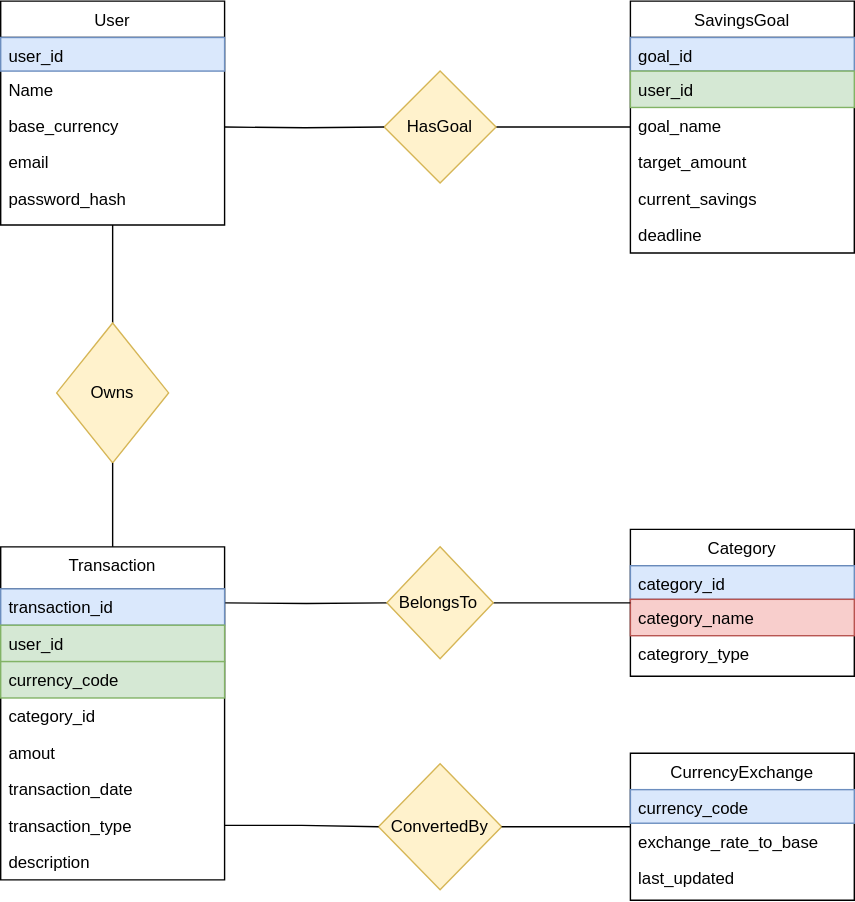
The draw.io diagram doc/assets/FinTrack.drawio.svg in cs411-alawini/sp25-cs411-team090-ZeroBug, before a commit. Source tidied: cells renumbered, new cells last; positions are measured from the earlier drawing's top-left corner, leaving out a move shared by most shapes. Its diagram source:
```xml
<mxGraphModel>
  <root>
    <mxCell id="0" />
    <mxCell id="1" parent="0" />
    <mxCell id="2" style="edgeStyle=orthogonalEdgeStyle;rounded=0;jettySize=auto;html=1;endArrow=none;startFill=0;" parent="1" edge="1" source="3" target="9">
      <mxGeometry relative="1" as="geometry" />
    </mxCell>
    <mxCell id="3" value="User" style="swimlane;fontStyle=0;align=center;verticalAlign=top;horizontal=1;startSize=26;rounded=0;shadow=0;strokeWidth=1;" parent="1" vertex="1">
      <mxGeometry width="160" height="160" as="geometry" />
    </mxCell>
    <mxCell id="4" value="user_id" style="text;align=left;verticalAlign=top;spacingLeft=4;spacingRight=4;overflow=hidden;fillColor=#dae8fc;strokeColor=#6c8ebf;" parent="3" vertex="1">
      <mxGeometry y="26" width="160" height="24" as="geometry" />
    </mxCell>
    <mxCell id="5" value="Name" style="text;align=left;verticalAlign=top;spacingLeft=4;spacingRight=4;overflow=hidden;" parent="3" vertex="1">
      <mxGeometry y="50" width="160" height="26" as="geometry" />
    </mxCell>
    <mxCell id="6" value="base_currency" style="text;align=left;verticalAlign=top;spacingLeft=4;spacingRight=4;overflow=hidden;" parent="3" vertex="1">
      <mxGeometry y="76" width="160" height="26" as="geometry" />
    </mxCell>
    <mxCell id="7" value="email" style="text;align=left;verticalAlign=top;spacingLeft=4;spacingRight=4;overflow=hidden;" parent="3" vertex="1">
      <mxGeometry y="102" width="160" height="26" as="geometry" />
    </mxCell>
    <mxCell id="8" value="password_hash" style="text;align=left;verticalAlign=top;spacingLeft=4;spacingRight=4;overflow=hidden;" parent="3" vertex="1">
      <mxGeometry y="128" width="160" height="26" as="geometry" />
    </mxCell>
    <mxCell id="9" style="rhombus;whiteSpace=wrap;html=1;verticalAlign=top;fontStyle=0;startSize=26;rounded=0;shadow=0;strokeWidth=1;fillColor=#fff2cc;strokeColor=#d6b656;" parent="1" vertex="1">
      <mxGeometry x="40" y="230" width="80" height="100" as="geometry" />
    </mxCell>
    <mxCell id="10" value="Owns" style="text;strokeColor=none;align=center;fillColor=none;html=1;verticalAlign=middle;whiteSpace=wrap;rounded=0;" parent="1" vertex="1">
      <mxGeometry x="50" y="265" width="60" height="30" as="geometry" />
    </mxCell>
    <mxCell id="11" style="edgeStyle=orthogonalEdgeStyle;rounded=0;jettySize=auto;html=1;endArrow=none;startFill=0;" parent="1" edge="1" target="38">
      <mxGeometry relative="1" as="geometry">
        <mxPoint x="160" y="430" as="sourcePoint" />
      </mxGeometry>
    </mxCell>
    <mxCell id="12" value="Transaction" style="swimlane;fontStyle=0;align=center;verticalAlign=top;horizontal=1;startSize=30;rounded=0;shadow=0;strokeWidth=1;" parent="1" vertex="1">
      <mxGeometry y="390" width="160" height="238" as="geometry" />
    </mxCell>
    <mxCell id="13" value="transaction_id" style="text;align=left;verticalAlign=top;spacingLeft=4;spacingRight=4;overflow=hidden;fillColor=#dae8fc;strokeColor=#6c8ebf;" parent="12" vertex="1">
      <mxGeometry y="30" width="160" height="26" as="geometry" />
    </mxCell>
    <mxCell id="14" value="user_id" style="text;align=left;verticalAlign=top;spacingLeft=4;spacingRight=4;overflow=hidden;fillColor=#d5e8d4;strokeColor=#82b366;" parent="12" vertex="1">
      <mxGeometry y="56" width="160" height="26" as="geometry" />
    </mxCell>
    <mxCell id="15" value="currency_code" style="text;align=left;verticalAlign=top;spacingLeft=4;spacingRight=4;overflow=hidden;fillColor=#d5e8d4;strokeColor=#82b366;" parent="12" vertex="1">
      <mxGeometry y="82" width="160" height="26" as="geometry" />
    </mxCell>
    <mxCell id="16" value="category_id" style="text;align=left;verticalAlign=top;spacingLeft=4;spacingRight=4;overflow=hidden;" parent="12" vertex="1">
      <mxGeometry y="108" width="160" height="26" as="geometry" />
    </mxCell>
    <mxCell id="17" value="amout" style="text;align=left;verticalAlign=top;spacingLeft=4;spacingRight=4;overflow=hidden;" parent="12" vertex="1">
      <mxGeometry y="134" width="160" height="26" as="geometry" />
    </mxCell>
    <mxCell id="18" value="transaction_date" style="text;align=left;verticalAlign=top;spacingLeft=4;spacingRight=4;overflow=hidden;" parent="12" vertex="1">
      <mxGeometry y="160" width="160" height="26" as="geometry" />
    </mxCell>
    <mxCell id="19" value="transaction_type" style="text;align=left;verticalAlign=top;spacingLeft=4;spacingRight=4;overflow=hidden;points=[[0,0.5],[1,0.5]];portConstraint=eastwest;" parent="12" vertex="1">
      <mxGeometry y="186" width="160" height="26" as="geometry" />
    </mxCell>
    <mxCell id="20" value="description" style="text;align=left;verticalAlign=top;spacingLeft=4;spacingRight=4;overflow=hidden;" parent="12" vertex="1">
      <mxGeometry y="212" width="160" height="26" as="geometry" />
    </mxCell>
    <mxCell id="21" style="edgeStyle=orthogonalEdgeStyle;rounded=0;jettySize=auto;html=1;entryX=0.5;entryY=0;entryDx=0;entryDy=0;endArrow=none;startFill=0;" parent="1" edge="1" source="9" target="12">
      <mxGeometry relative="1" as="geometry" />
    </mxCell>
    <mxCell id="22" style="edgeStyle=orthogonalEdgeStyle;rounded=0;jettySize=auto;html=1;entryX=0;entryY=0.538;entryDx=0;entryDy=0;endArrow=none;startFill=0;entryPerimeter=0;" parent="1" edge="1" source="23" target="28">
      <mxGeometry relative="1" as="geometry" />
    </mxCell>
    <mxCell id="23" style="rhombus;whiteSpace=wrap;html=1;verticalAlign=top;fontStyle=0;startSize=26;rounded=0;shadow=0;strokeWidth=1;fillColor=#fff2cc;strokeColor=#d6b656;" parent="1" vertex="1">
      <mxGeometry x="274" y="50" width="80" height="80" as="geometry" />
    </mxCell>
    <mxCell id="24" value="HasGoal" style="text;strokeColor=none;align=center;fillColor=none;html=1;verticalAlign=middle;whiteSpace=wrap;rounded=0;" parent="1" vertex="1">
      <mxGeometry x="284" y="74.5" width="60" height="31" as="geometry" />
    </mxCell>
    <mxCell id="25" value="SavingsGoal" style="swimlane;fontStyle=0;align=center;verticalAlign=top;horizontal=1;startSize=26;rounded=0;shadow=0;strokeWidth=1;" parent="1" vertex="1">
      <mxGeometry x="450" width="160" height="180" as="geometry" />
    </mxCell>
    <mxCell id="26" value="goal_id" style="text;align=left;verticalAlign=top;spacingLeft=4;spacingRight=4;overflow=hidden;fillColor=#dae8fc;strokeColor=#6c8ebf;" parent="25" vertex="1">
      <mxGeometry y="26" width="160" height="24" as="geometry" />
    </mxCell>
    <mxCell id="27" value="user_id" style="text;align=left;verticalAlign=top;spacingLeft=4;spacingRight=4;overflow=hidden;fillColor=#d5e8d4;strokeColor=#82b366;" parent="25" vertex="1">
      <mxGeometry y="50" width="160" height="26" as="geometry" />
    </mxCell>
    <mxCell id="28" value="goal_name" style="text;align=left;verticalAlign=top;spacingLeft=4;spacingRight=4;overflow=hidden;points=[[0,0.5],[1,0.5]];portConstraint=eastwest;" parent="25" vertex="1">
      <mxGeometry y="76" width="160" height="26" as="geometry" />
    </mxCell>
    <mxCell id="29" value="target_amount" style="text;align=left;verticalAlign=top;spacingLeft=4;spacingRight=4;overflow=hidden;" parent="25" vertex="1">
      <mxGeometry y="102" width="160" height="26" as="geometry" />
    </mxCell>
    <mxCell id="30" value="current_savings" style="text;align=left;verticalAlign=top;spacingLeft=4;spacingRight=4;overflow=hidden;" parent="25" vertex="1">
      <mxGeometry y="128" width="160" height="26" as="geometry" />
    </mxCell>
    <mxCell id="31" value="deadline" style="text;align=left;verticalAlign=top;spacingLeft=4;spacingRight=4;overflow=hidden;" parent="25" vertex="1">
      <mxGeometry y="154" width="160" height="26" as="geometry" />
    </mxCell>
    <mxCell id="32" style="edgeStyle=orthogonalEdgeStyle;rounded=0;jettySize=auto;html=1;entryX=0;entryY=0.5;entryDx=0;entryDy=0;endArrow=none;startFill=0;" parent="1" edge="1" target="23">
      <mxGeometry relative="1" as="geometry">
        <mxPoint x="160" y="90" as="sourcePoint" />
      </mxGeometry>
    </mxCell>
    <mxCell id="33" value="Category" style="swimlane;fontStyle=0;align=center;verticalAlign=top;horizontal=1;startSize=26;rounded=0;shadow=0;strokeWidth=1;" parent="1" vertex="1">
      <mxGeometry x="450" y="377.5" width="160" height="105" as="geometry" />
    </mxCell>
    <mxCell id="34" value="category_id" style="text;align=left;verticalAlign=top;spacingLeft=4;spacingRight=4;overflow=hidden;fillColor=#dae8fc;strokeColor=#6c8ebf;" parent="33" vertex="1">
      <mxGeometry y="26" width="160" height="24" as="geometry" />
    </mxCell>
    <mxCell id="35" value="category_name" style="text;align=left;verticalAlign=top;spacingLeft=4;spacingRight=4;overflow=hidden;fillColor=#f8cecc;strokeColor=#b85450;" parent="33" vertex="1">
      <mxGeometry y="50" width="160" height="26" as="geometry" />
    </mxCell>
    <mxCell id="36" value="categrory_type" style="text;align=left;verticalAlign=top;spacingLeft=4;spacingRight=4;overflow=hidden;" parent="33" vertex="1">
      <mxGeometry y="76" width="160" height="26" as="geometry" />
    </mxCell>
    <mxCell id="37" style="edgeStyle=orthogonalEdgeStyle;rounded=0;jettySize=auto;html=1;endArrow=none;startFill=0;" parent="1" edge="1" source="38">
      <mxGeometry relative="1" as="geometry">
        <mxPoint x="450" y="430" as="targetPoint" />
      </mxGeometry>
    </mxCell>
    <mxCell id="38" style="rhombus;whiteSpace=wrap;html=1;verticalAlign=top;fontStyle=0;startSize=30;rounded=0;shadow=0;strokeWidth=1;fillColor=#fff2cc;strokeColor=#d6b656;" parent="1" vertex="1">
      <mxGeometry x="276" y="390" width="76" height="80" as="geometry" />
    </mxCell>
    <mxCell id="39" value="BelongsTo" style="text;strokeColor=none;align=center;fillColor=none;html=1;verticalAlign=middle;whiteSpace=wrap;rounded=0;" parent="1" vertex="1">
      <mxGeometry x="283" y="415" width="60" height="30" as="geometry" />
    </mxCell>
    <mxCell id="40" style="rhombus;whiteSpace=wrap;html=1;verticalAlign=top;fontStyle=0;startSize=30;rounded=0;shadow=0;strokeWidth=1;fillColor=#fff2cc;strokeColor=#d6b656;" parent="1" vertex="1">
      <mxGeometry x="270" y="545" width="88" height="90" as="geometry" />
    </mxCell>
    <mxCell id="41" value="ConvertedBy" style="text;strokeColor=none;align=center;fillColor=none;html=1;verticalAlign=middle;whiteSpace=wrap;rounded=0;" parent="1" vertex="1">
      <mxGeometry x="284" y="575" width="60" height="30" as="geometry" />
    </mxCell>
    <mxCell id="42" value="CurrencyExchange" style="swimlane;fontStyle=0;align=center;verticalAlign=top;horizontal=1;startSize=26;rounded=0;shadow=0;strokeWidth=1;" parent="1" vertex="1">
      <mxGeometry x="450" y="537.5" width="160" height="105" as="geometry" />
    </mxCell>
    <mxCell id="43" value="currency_code" style="text;align=left;verticalAlign=top;spacingLeft=4;spacingRight=4;overflow=hidden;fillColor=#dae8fc;strokeColor=#6c8ebf;" parent="42" vertex="1">
      <mxGeometry y="26" width="160" height="24" as="geometry" />
    </mxCell>
    <mxCell id="44" value="exchange_rate_to_base" style="text;align=left;verticalAlign=top;spacingLeft=4;spacingRight=4;overflow=hidden;points=[[0,0.5],[1,0.5]];portConstraint=eastwest;" parent="42" vertex="1">
      <mxGeometry y="50" width="160" height="26" as="geometry" />
    </mxCell>
    <mxCell id="45" value="last_updated" style="text;align=left;verticalAlign=top;spacingLeft=4;spacingRight=4;overflow=hidden;" parent="42" vertex="1">
      <mxGeometry y="76" width="160" height="26" as="geometry" />
    </mxCell>
    <mxCell id="46" style="edgeStyle=orthogonalEdgeStyle;rounded=0;jettySize=auto;html=1;exitX=1;exitY=0.5;exitDx=0;exitDy=0;endArrow=none;startFill=0;" parent="1" edge="1" source="19" target="40">
      <mxGeometry relative="1" as="geometry" />
    </mxCell>
    <mxCell id="47" style="edgeStyle=orthogonalEdgeStyle;rounded=0;jettySize=auto;html=1;endArrow=none;startFill=0;" parent="1" edge="1" source="40">
      <mxGeometry relative="1" as="geometry">
        <mxPoint x="450" y="590" as="targetPoint" />
      </mxGeometry>
    </mxCell>
  </root>
</mxGraphModel>
```
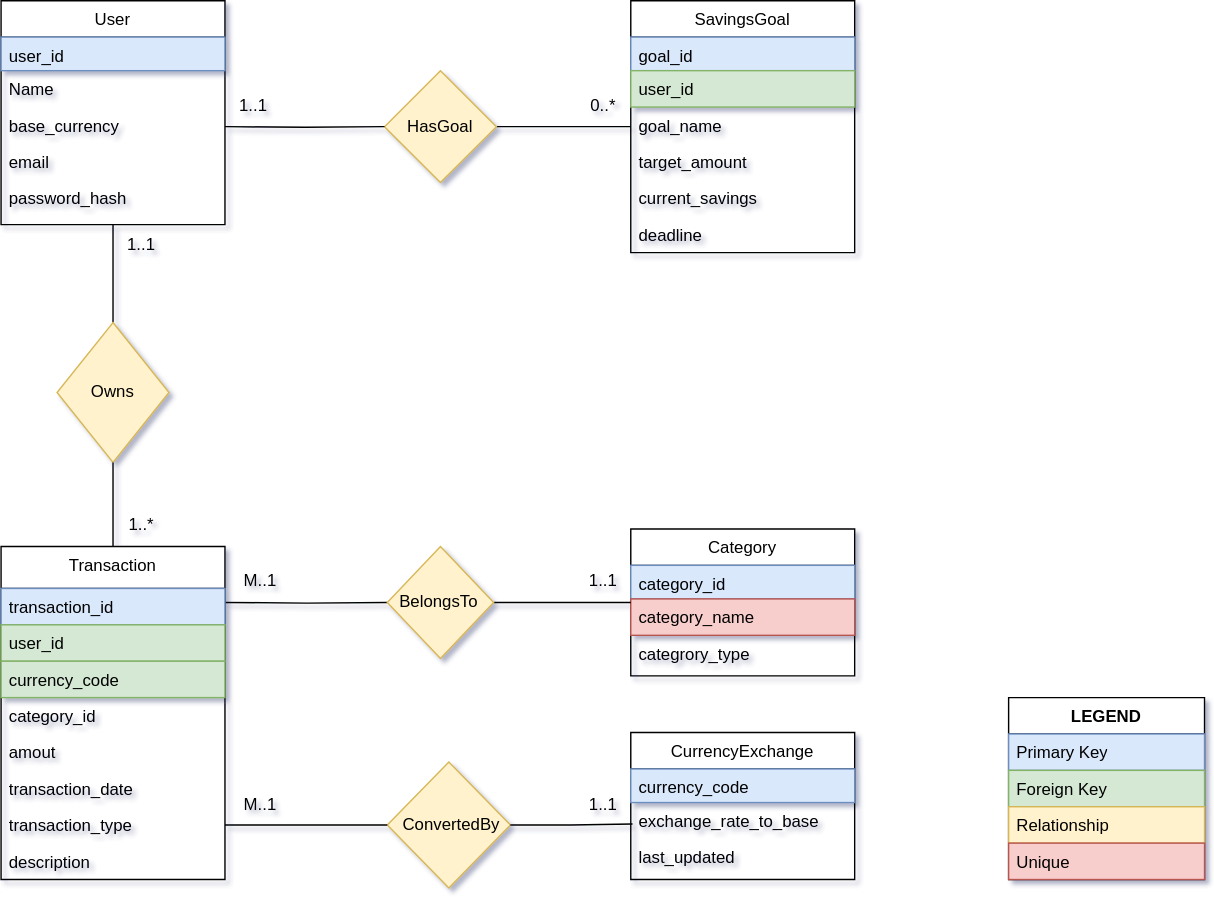
The same diagram one commit later.

What changed in the source:
```diff
@@ -123,13 +123,13 @@
       <mxGeometry x="283" y="415" width="60" height="30" as="geometry" />
     </mxCell>
     <mxCell id="40" style="rhombus;whiteSpace=wrap;html=1;verticalAlign=top;fontStyle=0;startSize=30;rounded=0;shadow=0;strokeWidth=1;fillColor=#fff2cc;strokeColor=#d6b656;" parent="1" vertex="1">
-      <mxGeometry x="270" y="545" width="88" height="90" as="geometry" />
+      <mxGeometry x="276" y="544" width="88" height="90" as="geometry" />
     </mxCell>
     <mxCell id="41" value="ConvertedBy" style="text;strokeColor=none;align=center;fillColor=none;html=1;verticalAlign=middle;whiteSpace=wrap;rounded=0;" parent="1" vertex="1">
-      <mxGeometry x="284" y="575" width="60" height="30" as="geometry" />
+      <mxGeometry x="292" y="574" width="60" height="30" as="geometry" />
     </mxCell>
     <mxCell id="42" value="CurrencyExchange" style="swimlane;fontStyle=0;align=center;verticalAlign=top;horizontal=1;startSize=26;rounded=0;shadow=0;strokeWidth=1;" parent="1" vertex="1">
-      <mxGeometry x="450" y="537.5" width="160" height="105" as="geometry" />
+      <mxGeometry x="450" y="523" width="160" height="105" as="geometry" />
     </mxCell>
     <mxCell id="43" value="currency_code" style="text;align=left;verticalAlign=top;spacingLeft=4;spacingRight=4;overflow=hidden;fillColor=#dae8fc;strokeColor=#6c8ebf;" parent="42" vertex="1">
       <mxGeometry y="26" width="160" height="24" as="geometry" />
@@ -143,10 +143,47 @@
     <mxCell id="46" style="edgeStyle=orthogonalEdgeStyle;rounded=0;jettySize=auto;html=1;exitX=1;exitY=0.5;exitDx=0;exitDy=0;endArrow=none;startFill=0;" parent="1" edge="1" source="19" target="40">
       <mxGeometry relative="1" as="geometry" />
     </mxCell>
-    <mxCell id="47" style="edgeStyle=orthogonalEdgeStyle;rounded=0;jettySize=auto;html=1;endArrow=none;startFill=0;" parent="1" edge="1" source="40">
-      <mxGeometry relative="1" as="geometry">
-        <mxPoint x="450" y="590" as="targetPoint" />
-      </mxGeometry>
+    <mxCell id="47" style="edgeStyle=orthogonalEdgeStyle;rounded=0;jettySize=auto;html=1;endArrow=none;startFill=0;entryX=0.008;entryY=0.59;entryDx=0;entryDy=0;entryPerimeter=0;" parent="1" edge="1" source="40" target="44">
+      <mxGeometry relative="1" as="geometry" />
     </mxCell>
+    <mxCell id="48" value="1..1" style="text;html=1;align=center;verticalAlign=middle;strokeColor=none;fillColor=none;" parent="1" vertex="1">
+      <mxGeometry x="160" y="60" width="40" height="30" as="geometry" />
+    </mxCell>
+    <mxCell id="49" value="0..*" style="text;html=1;align=center;verticalAlign=middle;strokeColor=none;fillColor=none;" parent="1" vertex="1">
+      <mxGeometry x="410" y="60" width="40" height="30" as="geometry" />
+    </mxCell>
+    <mxCell id="50" value="1..1" style="text;html=1;align=center;verticalAlign=middle;strokeColor=none;fillColor=none;" parent="1" vertex="1">
+      <mxGeometry x="80" y="160" width="40" height="30" as="geometry" />
+    </mxCell>
+    <mxCell id="51" value="1..*" style="text;html=1;align=center;verticalAlign=middle;strokeColor=none;fillColor=none;" parent="1" vertex="1">
+      <mxGeometry x="80" y="360" width="40" height="30" as="geometry" />
+    </mxCell>
+    <mxCell id="52" value="M..1" style="text;html=1;align=center;verticalAlign=middle;strokeColor=none;fillColor=none;" parent="1" vertex="1">
+      <mxGeometry x="160" y="560" width="50" height="30" as="geometry" />
+    </mxCell>
+    <mxCell id="53" value="M..1" style="text;html=1;align=center;verticalAlign=middle;strokeColor=none;fillColor=none;" parent="1" vertex="1">
+      <mxGeometry x="160" y="400" width="50" height="30" as="geometry" />
+    </mxCell>
+    <mxCell id="54" value="1..1" style="text;html=1;align=center;verticalAlign=middle;strokeColor=none;fillColor=none;" parent="1" vertex="1">
+      <mxGeometry x="410" y="400" width="40" height="30" as="geometry" />
+    </mxCell>
+    <mxCell id="55" value="1..1" style="text;html=1;align=center;verticalAlign=middle;strokeColor=none;fillColor=none;" parent="1" vertex="1">
+      <mxGeometry x="410" y="560" width="40" height="30" as="geometry" />
+    </mxCell>
+    <mxCell id="56" value="LEGEND" style="swimlane;fontStyle=1;align=center;verticalAlign=top;horizontal=1;startSize=26;whiteSpace=wrap;html=1;" parent="1" vertex="1">
+      <mxGeometry x="720" y="498" width="140" height="130" as="geometry" />
+    </mxCell>
+    <mxCell id="57" value="Primary Key" style="text;strokeColor=#6c8ebf;fillColor=#dae8fc;align=left;verticalAlign=top;spacingLeft=4;spacingRight=4;overflow=hidden;whiteSpace=wrap;html=1;" parent="56" vertex="1">
+      <mxGeometry y="26" width="140" height="26" as="geometry" />
+    </mxCell>
+    <mxCell id="58" value="Foreign Key" style="text;strokeColor=#82b366;fillColor=#d5e8d4;align=left;verticalAlign=top;spacingLeft=4;spacingRight=4;overflow=hidden;whiteSpace=wrap;html=1;" parent="56" vertex="1">
+      <mxGeometry y="52" width="140" height="26" as="geometry" />
+    </mxCell>
+    <mxCell id="59" value="Relationship" style="text;strokeColor=#d6b656;fillColor=#fff2cc;align=left;verticalAlign=top;spacingLeft=4;spacingRight=4;overflow=hidden;whiteSpace=wrap;html=1;" parent="56" vertex="1">
+      <mxGeometry y="78" width="140" height="26" as="geometry" />
+    </mxCell>
+    <mxCell id="60" value="Unique" style="text;strokeColor=#b85450;fillColor=#f8cecc;align=left;verticalAlign=top;spacingLeft=4;spacingRight=4;overflow=hidden;whiteSpace=wrap;html=1;" parent="56" vertex="1">
+      <mxGeometry y="104" width="140" height="26" as="geometry" />
+    </mxCell>
   </root>
 </mxGraphModel>
```
